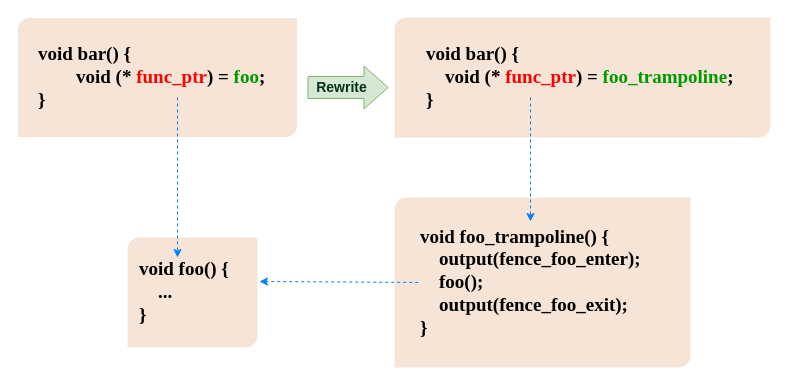
Earlier version of the draw.io diagram img/funcptr.drawio (Coder-Colder/MyPics). Source tidied: cells renumbered, new cells numbered last; positions are measured from the earlier drawing's top-left corner, leaving out a move shared by most shapes. Both pictures are drawn from the tidied source at 100%, with x=0, y=0 at pixel (17, 17).
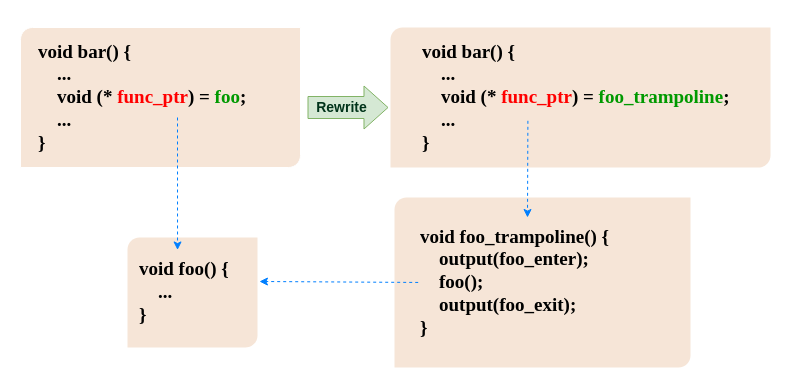
The same page after the edit.

Unchanged cells that the change refers to:
```xml
<mxCell id="3" style="group;" parent="1" vertex="1">
  <mxGeometry x="377" y="180" width="296" height="170" as="geometry" />
</mxCell>
<mxCell id="12" value="&lt;div style=&quot;font-size: 19px;&quot;&gt;&lt;b&gt;&lt;font face=&quot;Times New Roman&quot;&gt;void foo() {&lt;/font&gt;&lt;/b&gt;&lt;div&gt;&lt;b&gt;&lt;font face=&quot;Times New Roman&quot;&gt;&lt;span style=&quot;white-space: pre;&quot;&gt;&amp;nbsp;&amp;nbsp;&amp;nbsp;&amp;nbsp;&lt;/span&gt;...&lt;/font&gt;&lt;/b&gt;&lt;/div&gt;&lt;div&gt;&lt;b&gt;&lt;font face=&quot;Times New Roman&quot;&gt;}&lt;/font&gt;&lt;/b&gt;&lt;/div&gt;&lt;/div&gt;" style="text;html=1;align=left;verticalAlign=middle;whiteSpace=wrap;rounded=0;" parent="10" vertex="1">
  <mxGeometry x="10.4" y="12.4" width="109.2" height="85.1" as="geometry" />
</mxCell>
```

Diff of the diagram source:
```diff
@@
-    <mxCell id="2" style="group;fillColor=default;strokeColor=none;" parent="1" vertex="1">
-      <mxGeometry width="280" height="120" as="geometry" />
-    </mxCell>
@@
-    <mxCell id="5" value="&lt;div style=&quot;font-size: 19px;&quot;&gt;&lt;b style=&quot;background-color: initial;&quot;&gt;&lt;font face=&quot;Times New Roman&quot;&gt;void foo_trampoline() {&lt;/font&gt;&lt;/b&gt;&lt;br&gt;&lt;/div&gt;&lt;div style=&quot;font-size: 19px;&quot;&gt;&lt;div&gt;&lt;b&gt;&lt;font face=&quot;Times New Roman&quot;&gt;&lt;span style=&quot;white-space: pre;&quot;&gt;&amp;nbsp;&amp;nbsp;&amp;nbsp;&amp;nbsp;output(fence_foo_enter);&lt;br&gt;&lt;/span&gt;&lt;/font&gt;&lt;/b&gt;&lt;/div&gt;&lt;div&gt;&lt;b&gt;&lt;font face=&quot;Times New Roman&quot;&gt;&lt;span style=&quot;white-space: pre;&quot;&gt;&amp;nbsp;&amp;nbsp;&amp;nbsp;&amp;nbsp;&lt;/span&gt;foo();&lt;br&gt;&lt;/font&gt;&lt;/b&gt;&lt;/div&gt;&lt;div&gt;&lt;/div&gt;&lt;div&gt;&lt;b&gt;&lt;font face=&quot;Times New Roman&quot;&gt;&lt;span style=&quot;white-space: pre;&quot;&gt;&amp;nbsp;&amp;nbsp;&amp;nbsp;&amp;nbsp;&lt;/span&gt;output(fence_foo_exit);&lt;br&gt;&lt;/font&gt;&lt;/b&gt;&lt;/div&gt;&lt;div&gt;&lt;b&gt;&lt;font face=&quot;Times New Roman&quot;&gt;}&lt;/font&gt;&lt;/b&gt;&lt;/div&gt;&lt;/div&gt;" style="text;html=1;align=left;verticalAlign=middle;whiteSpace=wrap;rounded=0;" parent="3" vertex="1">
+    <mxCell id="5" value="&lt;div style=&quot;font-size: 19px;&quot;&gt;&lt;b style=&quot;background-color: initial;&quot;&gt;&lt;font face=&quot;Times New Roman&quot;&gt;void foo_trampoline() {&lt;/font&gt;&lt;/b&gt;&lt;br&gt;&lt;/div&gt;&lt;div style=&quot;font-size: 19px;&quot;&gt;&lt;div&gt;&lt;b&gt;&lt;font face=&quot;Times New Roman&quot;&gt;&lt;span style=&quot;white-space: pre;&quot;&gt;&amp;nbsp;&amp;nbsp;&amp;nbsp;&amp;nbsp;output(foo_enter);&lt;br&gt;&lt;/span&gt;&lt;/font&gt;&lt;/b&gt;&lt;/div&gt;&lt;div&gt;&lt;b&gt;&lt;font face=&quot;Times New Roman&quot;&gt;&lt;span style=&quot;white-space: pre;&quot;&gt;&amp;nbsp;&amp;nbsp;&amp;nbsp;&amp;nbsp;&lt;/span&gt;foo();&lt;br&gt;&lt;/font&gt;&lt;/b&gt;&lt;/div&gt;&lt;div&gt;&lt;/div&gt;&lt;div&gt;&lt;b&gt;&lt;font face=&quot;Times New Roman&quot;&gt;&lt;span style=&quot;white-space: pre;&quot;&gt;&amp;nbsp;&amp;nbsp;&amp;nbsp;&amp;nbsp;&lt;/span&gt;output(foo_exit);&lt;br&gt;&lt;/font&gt;&lt;/b&gt;&lt;/div&gt;&lt;div&gt;&lt;b&gt;&lt;font face=&quot;Times New Roman&quot;&gt;}&lt;/font&gt;&lt;/b&gt;&lt;/div&gt;&lt;/div&gt;" style="text;html=1;align=left;verticalAlign=middle;whiteSpace=wrap;rounded=0;" parent="3" vertex="1">
       <mxGeometry x="23.7" y="19.2" width="248.6" height="131.5" as="geometry" />
     </mxCell>
     <mxCell id="6" style="group;" parent="1" vertex="1">
-      <mxGeometry x="377" width="376" height="120" as="geometry" />
+      <mxGeometry x="373" y="10" width="380" height="140" as="geometry" />
     </mxCell>
     <mxCell id="7" style="verticalLabelPosition=bottom;verticalAlign=top;html=1;shape=mxgraph.basic.diag_round_rect;dx=6;whiteSpace=wrap;fillColor=#f6e5d7;strokeColor=none;" parent="6" vertex="1">
-      <mxGeometry width="376" height="120" as="geometry" />
+      <mxGeometry width="380" height="140" as="geometry" />
     </mxCell>
-    <mxCell id="8" value="&lt;div style=&quot;font-size: 19px;&quot;&gt;&lt;div&gt;&lt;b&gt;&lt;font face=&quot;Times New Roman&quot;&gt;void bar() {&lt;br&gt;&lt;span style=&quot;white-space: pre;&quot;&gt;&amp;nbsp;&amp;nbsp;&amp;nbsp;&amp;nbsp;&lt;/span&gt;void (* &lt;font color=&quot;#ff0000&quot;&gt;func_ptr&lt;/font&gt;) =&amp;nbsp;&lt;/font&gt;&lt;/b&gt;&lt;b&gt;&lt;font color=&quot;#009900&quot; face=&quot;Times New Roman&quot;&gt;foo_trampoline&lt;/font&gt;&lt;/b&gt;&lt;b&gt;&lt;font face=&quot;Times New Roman&quot;&gt;;&lt;br&gt;&lt;/font&gt;&lt;/b&gt;&lt;/div&gt;&lt;div&gt;&lt;b&gt;&lt;font face=&quot;Times New Roman&quot;&gt;}&lt;/font&gt;&lt;/b&gt;&lt;/div&gt;&lt;/div&gt;" style="text;html=1;align=left;verticalAlign=middle;whiteSpace=wrap;rounded=0;" parent="6" vertex="1">
-      <mxGeometry x="30.1" y="13.6" width="315.8" height="92.9" as="geometry" />
+    <mxCell id="8" value="&lt;div style=&quot;font-size: 19px;&quot;&gt;&lt;div&gt;&lt;b&gt;&lt;font face=&quot;Times New Roman&quot;&gt;void bar() {&lt;/font&gt;&lt;/b&gt;&lt;/div&gt;&lt;div&gt;&lt;b&gt;&lt;font face=&quot;Times New Roman&quot;&gt;&amp;nbsp; &amp;nbsp; ...&lt;/font&gt;&lt;/b&gt;&lt;/div&gt;&lt;div&gt;&lt;b&gt;&lt;font face=&quot;Times New Roman&quot;&gt;&amp;nbsp; &amp;nbsp; void (* &lt;font color=&quot;#ff0000&quot;&gt;func_ptr&lt;/font&gt;) =&amp;nbsp;&lt;/font&gt;&lt;/b&gt;&lt;b&gt;&lt;font color=&quot;#009900&quot; face=&quot;Times New Roman&quot;&gt;foo_trampoline&lt;/font&gt;&lt;/b&gt;&lt;b&gt;&lt;font face=&quot;Times New Roman&quot;&gt;;&lt;br&gt;&lt;/font&gt;&lt;/b&gt;&lt;/div&gt;&lt;div&gt;&lt;b&gt;&lt;font face=&quot;Times New Roman&quot;&gt;&amp;nbsp; &amp;nbsp; ...&lt;/font&gt;&lt;/b&gt;&lt;/div&gt;&lt;div&gt;&lt;b&gt;&lt;font face=&quot;Times New Roman&quot;&gt;}&lt;/font&gt;&lt;/b&gt;&lt;/div&gt;&lt;/div&gt;" style="text;html=1;align=left;verticalAlign=middle;whiteSpace=wrap;rounded=0;" parent="6" vertex="1">
+      <mxGeometry x="30.4" y="15.8" width="319.1" height="108.3" as="geometry" />
     </mxCell>
-    <mxCell id="9" style="endArrow=classic;html=1;rounded=0;entryX=0.387;entryY=-0.002;entryDx=0;entryDy=0;entryPerimeter=0;dashed=1;strokeColor=#007FFF;" parent="6" edge="1">
+    <mxCell id="9" style="endArrow=classic;html=1;rounded=0;dashed=1;strokeColor=#007FFF;" parent="6" edge="1">
       <mxGeometry relative="1" as="geometry">
-        <mxPoint x="136" y="80" as="sourcePoint" />
-        <mxPoint x="136" y="204" as="targetPoint" />
+        <mxPoint x="137.4" y="93.3" as="sourcePoint" />
+        <mxPoint x="137" y="190" as="targetPoint" />
       </mxGeometry>
     </mxCell>
@@
     <mxCell id="14" style="shape=flexArrow;endArrow=classic;html=1;rounded=0;strokeColor=#82b366;align=center;verticalAlign=middle;fontFamily=Helvetica;fontSize=11;fontColor=#97D077;labelBackgroundColor=none;width=22;endSize=7.67;fillColor=#d5e8d4;" parent="1" edge="1">
       <mxGeometry relative="1" as="geometry">
-        <mxPoint x="290" y="70" as="sourcePoint" />
-        <mxPoint x="371" y="70" as="targetPoint" />
+        <mxPoint x="290" y="90" as="sourcePoint" />
+        <mxPoint x="371" y="90" as="targetPoint" />
       </mxGeometry>
     </mxCell>
@@
+    <mxCell id="19" style="group;" parent="1" vertex="1">
+      <mxGeometry y="10" width="283" height="140" as="geometry" />
+    </mxCell>
+    <mxCell id="2" style="group;fillColor=default;strokeColor=none;" parent="19" vertex="1">
+      <mxGeometry y="10" width="280" height="120" as="geometry" />
+    </mxCell>
-    <mxCell id="16" style="verticalLabelPosition=bottom;verticalAlign=top;html=1;shape=mxgraph.basic.diag_round_rect;dx=6;whiteSpace=wrap;strokeColor=#FFFFFF;fillColor=#f6e5d7;" parent="1" vertex="1">
-      <mxGeometry width="280" height="120" as="geometry" />
+    <mxCell id="16" style="verticalLabelPosition=bottom;verticalAlign=top;html=1;shape=mxgraph.basic.diag_round_rect;dx=6;whiteSpace=wrap;strokeColor=#FFFFFF;fillColor=#f6e5d7;" parent="19" vertex="1">
+      <mxGeometry x="3" width="280" height="140" as="geometry" />
     </mxCell>
-    <mxCell id="17" value="&lt;div style=&quot;font-size: 19px;&quot;&gt;&lt;b style=&quot;background-color: initial;&quot;&gt;&lt;font face=&quot;Times New Roman&quot;&gt;void bar() {&lt;/font&gt;&lt;/b&gt;&lt;br&gt;&lt;/div&gt;&lt;div style=&quot;font-size: 19px;&quot;&gt;&lt;b&gt;&lt;font face=&quot;Times New Roman&quot; style=&quot;font-size: 19px;&quot;&gt;&lt;span style=&quot;white-space: pre;&quot;&gt;&#9;&lt;/span&gt;void (* &lt;font color=&quot;#ff0000&quot;&gt;func_ptr&lt;/font&gt;) = &lt;font color=&quot;#009900&quot;&gt;foo&lt;/font&gt;;&lt;br&gt;&lt;/font&gt;&lt;/b&gt;&lt;/div&gt;&lt;div style=&quot;font-size: 19px;&quot;&gt;&lt;b style=&quot;&quot;&gt;&lt;font face=&quot;Times New Roman&quot; style=&quot;font-size: 19px;&quot;&gt;}&lt;/font&gt;&lt;/b&gt;&lt;/div&gt;" style="text;html=1;align=left;verticalAlign=middle;whiteSpace=wrap;rounded=0;fillColor=none;" parent="1" vertex="1">
-      <mxGeometry x="18.7" y="25.7" width="252" height="68.6" as="geometry" />
+    <mxCell id="17" value="&lt;div style=&quot;font-size: 19px;&quot;&gt;&lt;b style=&quot;background-color: initial;&quot;&gt;&lt;font face=&quot;Times New Roman&quot;&gt;void bar() {&lt;/font&gt;&lt;/b&gt;&lt;br&gt;&lt;/div&gt;&lt;div style=&quot;font-size: 19px;&quot;&gt;&lt;b style=&quot;background-color: initial;&quot;&gt;&lt;font face=&quot;Times New Roman&quot;&gt;&amp;nbsp; &amp;nbsp; ...&lt;br&gt;&lt;/font&gt;&lt;/b&gt;&lt;/div&gt;&lt;div style=&quot;font-size: 19px;&quot;&gt;&lt;b&gt;&lt;font face=&quot;Times New Roman&quot; style=&quot;font-size: 19px;&quot;&gt;&amp;nbsp; &amp;nbsp; void (* &lt;font color=&quot;#ff0000&quot;&gt;func_ptr&lt;/font&gt;) = &lt;font color=&quot;#009900&quot;&gt;foo&lt;/font&gt;;&lt;br&gt;&lt;/font&gt;&lt;/b&gt;&lt;/div&gt;&lt;div style=&quot;font-size: 19px;&quot;&gt;&lt;b style=&quot;&quot;&gt;&lt;font face=&quot;Times New Roman&quot; style=&quot;font-size: 19px;&quot;&gt;&amp;nbsp; &amp;nbsp; ...&lt;br&gt;&lt;/font&gt;&lt;/b&gt;&lt;/div&gt;&lt;div style=&quot;font-size: 19px;&quot;&gt;&lt;b style=&quot;&quot;&gt;&lt;font face=&quot;Times New Roman&quot; style=&quot;font-size: 19px;&quot;&gt;}&lt;/font&gt;&lt;/b&gt;&lt;/div&gt;" style="text;html=1;align=left;verticalAlign=middle;whiteSpace=wrap;rounded=0;fillColor=none;" parent="19" vertex="1">
+      <mxGeometry x="18.7" y="35.7" width="252" height="68.6" as="geometry" />
     </mxCell>
-    <mxCell id="18" style="endArrow=classic;html=1;rounded=0;dashed=1;strokeColor=#007FFF;" parent="1" edge="1">
+    <mxCell id="18" style="endArrow=classic;html=1;rounded=0;dashed=1;strokeColor=#007FFF;entryX=0.363;entryY=0.001;entryDx=0;entryDy=0;entryPerimeter=0;" parent="1" edge="1" target="12">
       <mxGeometry relative="1" as="geometry">
-        <mxPoint x="160" y="80" as="sourcePoint" />
-        <mxPoint x="160" y="240" as="targetPoint" />
+        <mxPoint x="160" y="100" as="sourcePoint" />
       </mxGeometry>
     </mxCell>
```
